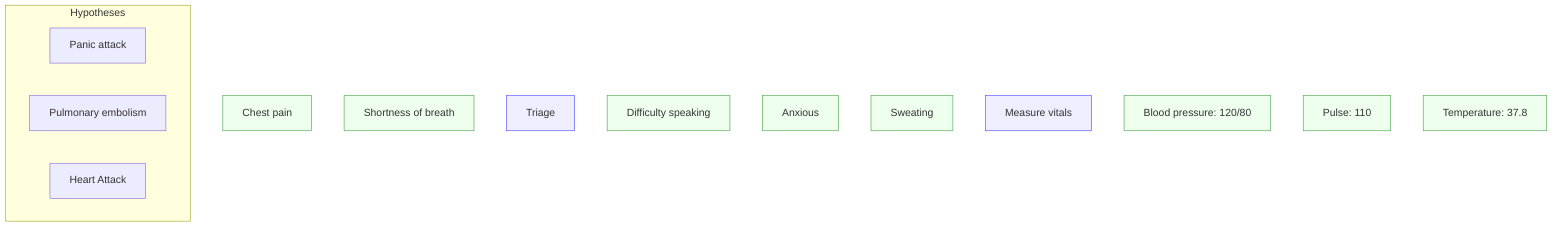
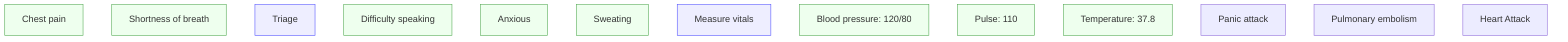
flowchart TD
  O1["Chest pain"]
  O2["Shortness of breath"]
  A1["Triage"]
  O6["Difficulty speaking"]
  O7["Anxious"]
  O8["Sweating"]
  A2["Measure vitals"]
  O3["Blood pressure: 120/80"]
  O4["Pulse: 110"]
  O5["Temperature: 37.8"]

  classDef obs fill:#efe,stroke:#5a5;
  classDef action fill:#eef,stroke:#55f;
+   classDef hyo fill:#ffd,stroke:#aa5

  class O1 obs
  class O2 obs
  class O3 obs
  class O4 obs
  class O5 obs
  class O6 obs
  class O7 obs
  class O8 obs
  class A1 action
  class A2 action

- subgraph Hypotheses
  H1["Panic attack"]
  H2["Pulmonary embolism"]
  H3["Heart Attack"]
- end

